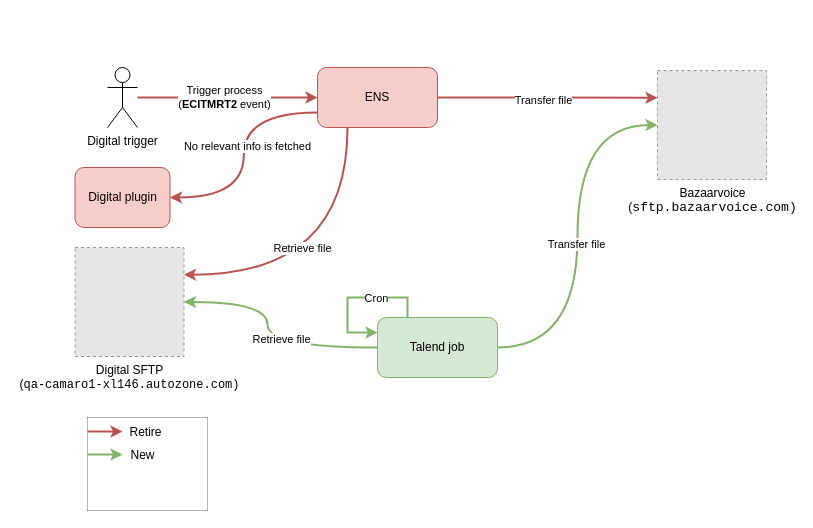
Earlier version of the draw.io diagram drawings/Digital SFTP ENS Events.drawio (AarellanoH/draw_io). Source tidied: cells renumbered, new cells numbered last; positions are measured from the earlier drawing's top-left corner, leaving out a move shared by most shapes. Both pictures are drawn from the tidied source at 100%, with x=0, y=0 at pixel (75, 67). Pictures stored in the file or linked from it are replaced by grey dashed boxes.
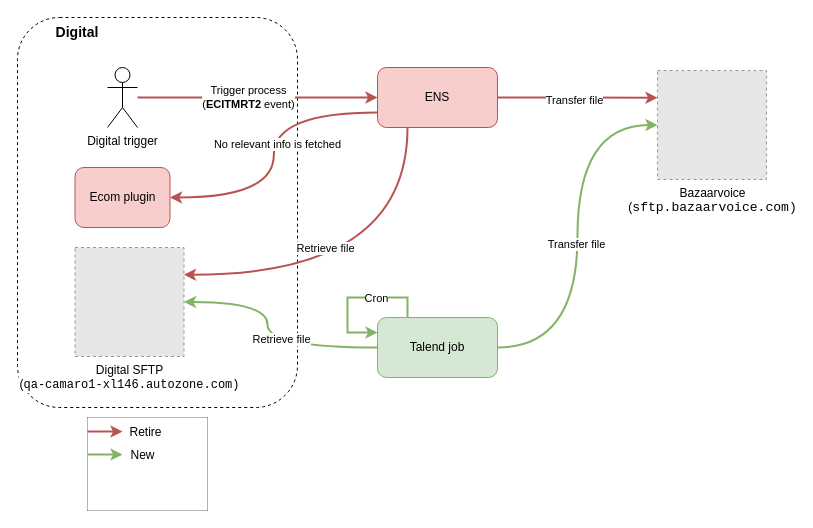
Above is the later version.

The change refers to these unchanged cells:
```xml
<mxCell id="9" style="edgeStyle=orthogonalEdgeStyle;rounded=0;jettySize=auto;html=1;strokeWidth=2;fillColor=#f8cecc;strokeColor=#b85450;" parent="1" edge="1" source="11" target="8">
  <mxGeometry relative="1" as="geometry" />
</mxCell>
```

Change to the diagram source:
```diff
@@
+    <mxCell id="29" style="rounded=1;whiteSpace=wrap;html=1;dashed=1;" parent="1" vertex="1">
+      <mxGeometry x="-58" y="-50" width="280" height="390" as="geometry" />
+    </mxCell>
@@
     <mxCell id="8" value="ENS" style="rounded=1;whiteSpace=wrap;html=1;fillColor=#f8cecc;strokeColor=#b85450;" parent="1" vertex="1">
-      <mxGeometry x="242" width="120" height="60" as="geometry" />
+      <mxGeometry x="302" width="120" height="60" as="geometry" />
     </mxCell>
@@
     <mxCell id="10" value="Trigger process&lt;div&gt;(&lt;b&gt;ECITMRT2&lt;/b&gt; event)&lt;/div&gt;" style="edgeLabel;html=1;align=center;verticalAlign=middle;" parent="9" vertex="1">
-      <mxGeometry x="-0.04" y="1" relative="1" as="geometry" />
+      <mxGeometry x="-0.04" y="1" relative="1" as="geometry">
+        <mxPoint x="-5" as="offset" />
+      </mxGeometry>
     </mxCell>
@@
-    <mxCell id="19" value="Digital plugin" style="rounded=1;whiteSpace=wrap;html=1;fillColor=#f8cecc;strokeColor=#b85450;" parent="1" vertex="1">
+    <mxCell id="19" value="Ecom plugin" style="rounded=1;whiteSpace=wrap;html=1;fillColor=#f8cecc;strokeColor=#b85450;" parent="1" vertex="1">
       <mxGeometry x="-0.5" y="100" width="95" height="60" as="geometry" />
     </mxCell>
@@
+    <mxCell id="30" value="Digital" style="text;html=1;align=center;verticalAlign=middle;whiteSpace=wrap;rounded=0;fontSize=14;fontStyle=1;" parent="1" vertex="1">
+      <mxGeometry x="-28" y="-50" width="60" height="30" as="geometry" />
+    </mxCell>
```
